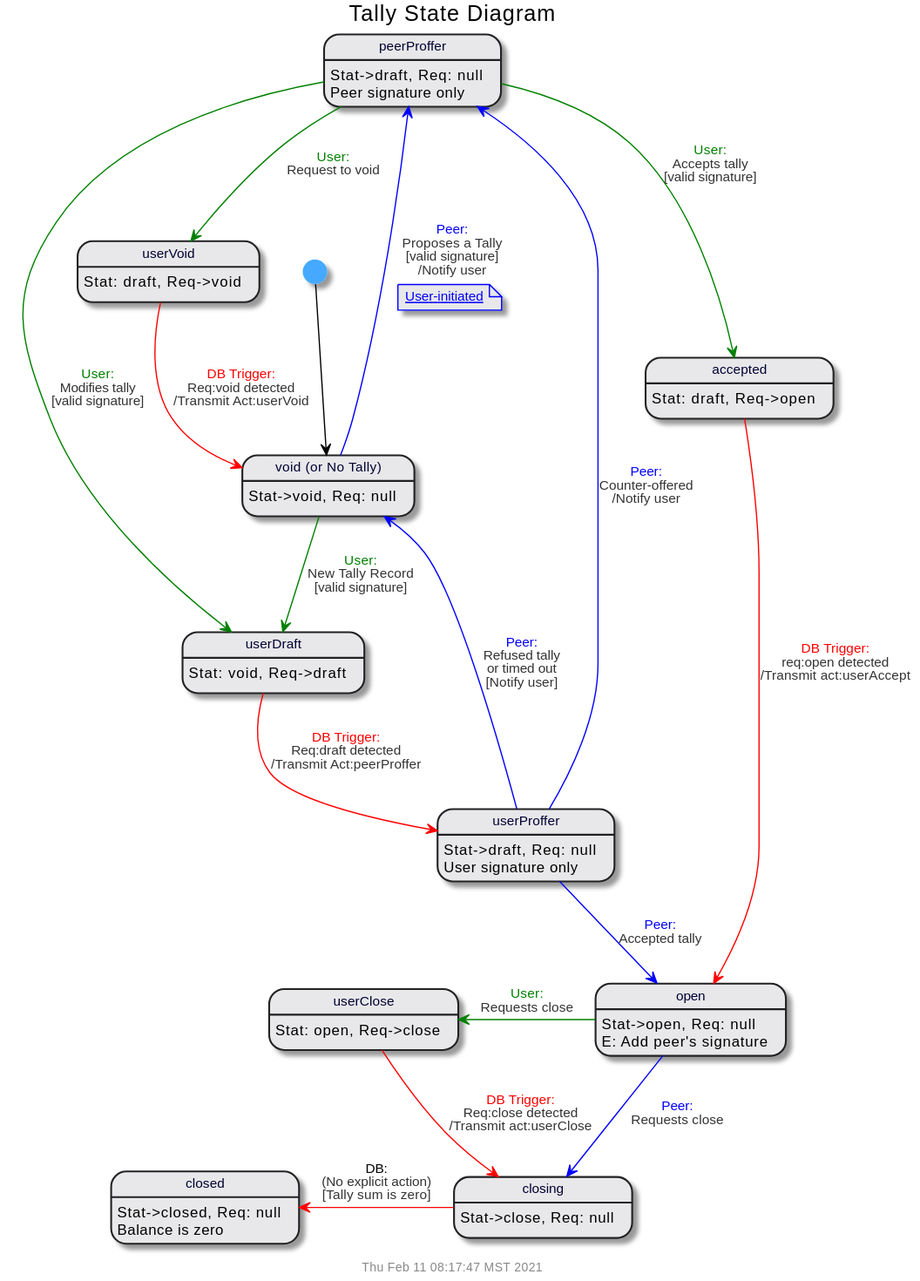
The PlantUML diagram doc/uml/state-tally.svg in gotchoices/MyCHIPs, before a commit. The source it was exported from:
```plantuml
@startuml
!include common.puml

$title(Tally State Diagram)
[*] --> void
state "void  (or No Tally)" as void

userVoid : Stat: draft, Req->void
accepted : Stat: draft, Req->open
userDraft : Stat: void, Req->draft
userClose : Stat: open, Req->close
void : Stat->void, Req: null
open : Stat->open, Req: null
closing : Stat->close, Req: null
peerProffer : Stat->draft, Req: null
peerProffer : Peer signature only
userProffer : Stat->draft, Req: null
userProffer : User signature only
closed : Stat->closed, Req: null
closed : Balance is zero
open : E: Add peer's signature

void -[$peer]-> peerProffer : $trans($peer,Proposes a Tally,valid signature,Notify user)
note on link
  [[Tallies.md#establishing-a-tally{Can't happen until our user uses a connection ticket to connect to the propser's system and exchange keys} User-initiated]]
endnote
void -[$user]-> userDraft : $trans($user,New Tally Record,valid signature)

userVoid -[$db]-> void : $trans($db,Req:void detected,'',Transmit Act:userVoid)

peerProffer -[$user]-> userVoid : $trans($user,Request to void)
peerProffer -[$user]-> userDraft : $trans($user,Modifies tally,valid signature)
peerProffer -[$user]-> accepted : $trans($user,Accepts tally,valid signature)

accepted -[$db]-> open : $trans($db,req:open detected,'',Transmit act:userAccept)

userDraft -[$db]-> userProffer : $trans($db,Req:draft detected,,Transmit Act:peerProffer)

userProffer -[$peer]-> open : $trans($peer,Accepted tally)
userProffer -[$peer]-> void : $trans($peer,"Refused tally\nor timed out",Notify user)
userProffer -[$peer]-> peerProffer : $trans($peer,Counter-offered,'',Notify user)

open -left[$user]-> userClose : $trans($user,Requests close)
open -[$peer]-> closing : $trans($peer,Requests close)
userClose -[$db]-> closing : $trans($db,Req:close detected,'',Transmit act:userClose)
closing -left[$db]-> closed : $trans(DB,'(No explicit action)',Tally sum is zero)


@enduml
```
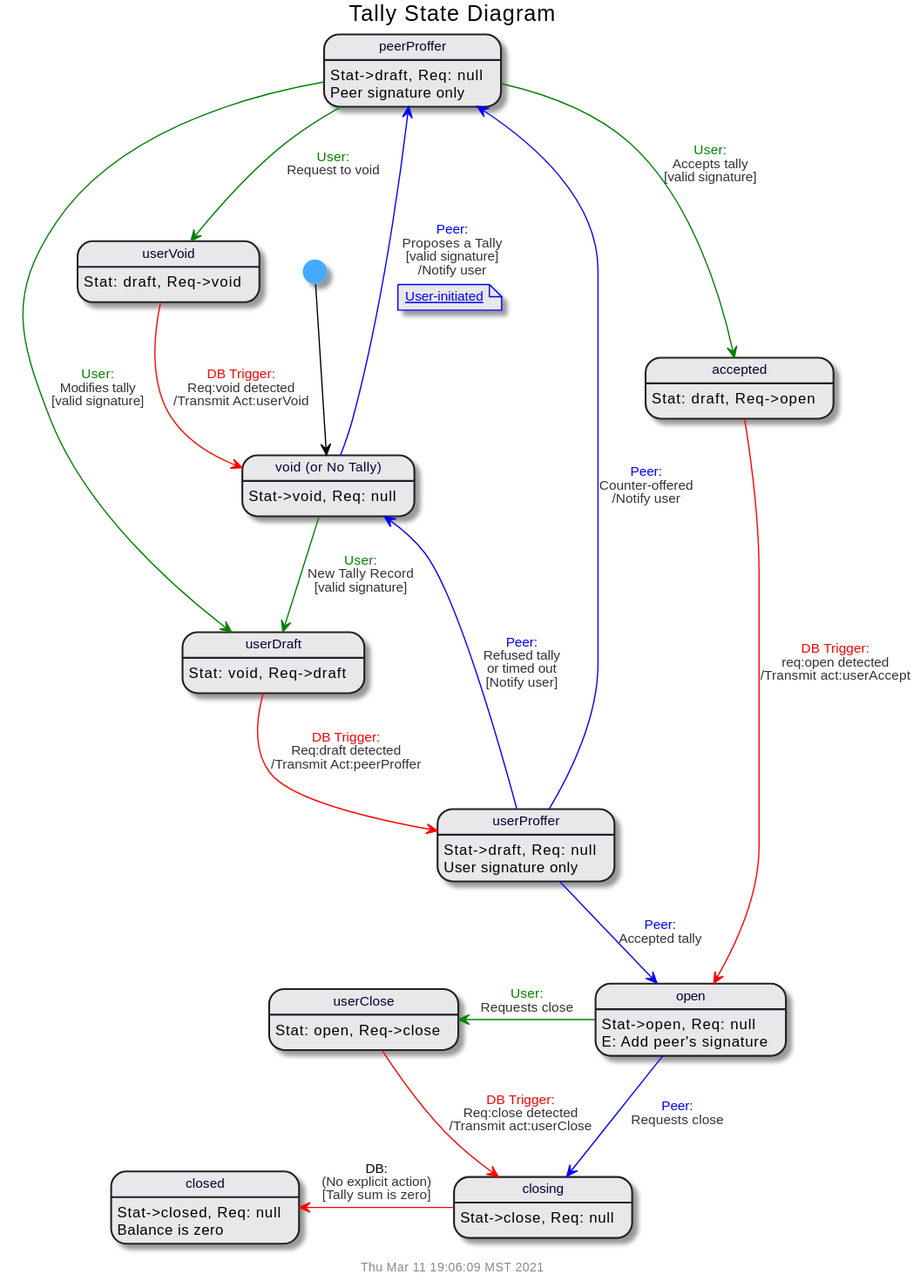
After the change.

The edit, as a diff of the source:
```diff
@@ -22,7 +22,7 @@
 
 void -[$peer]-> peerProffer : $trans($peer,Proposes a Tally,valid signature,Notify user)
 note on link
-  [[Tallies.md#establishing-a-tally{Can't happen until our user uses a connection ticket to connect to the propser's system and exchange keys} User-initiated]]
+  [[../Tallies.md#establishing-a-tally{Can't happen until our user uses a connection ticket to connect to the propser's system and exchange keys} User-initiated]]
 endnote
 void -[$user]-> userDraft : $trans($user,New Tally Record,valid signature)
 
```
